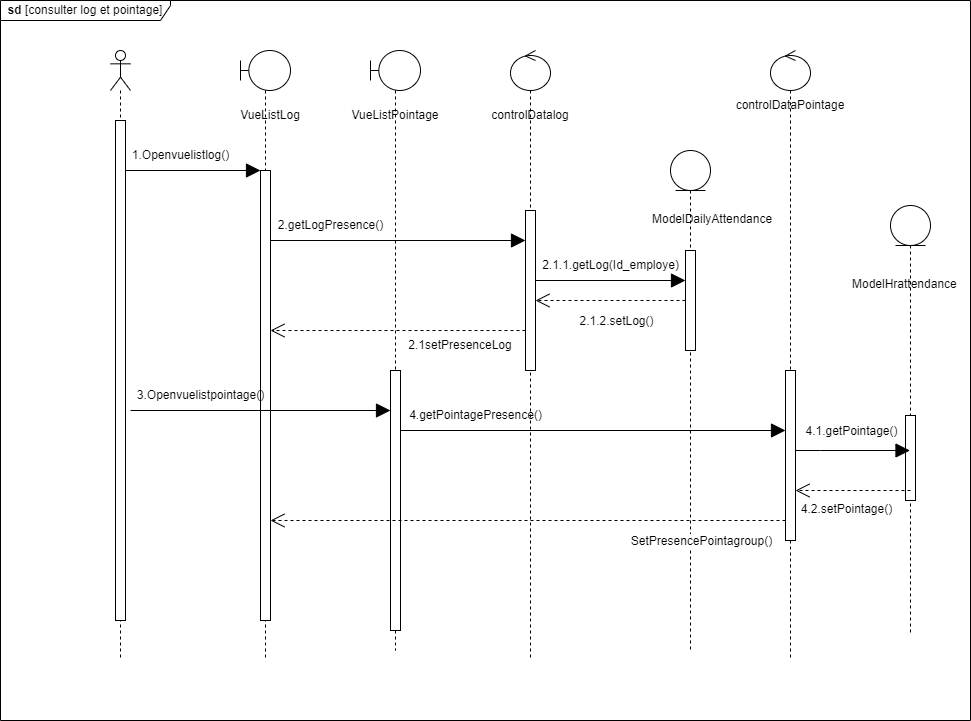
This is static/Diagramme des séquences conceptuel  log et pointage .drawio.png from Siluearsene/borne_biometrique, a draw.io export, as it was before one commit. Source tidied: cells renumbered, new cells last; positions are measured from the earlier drawing's top-left corner, leaving out a move shared by most shapes.
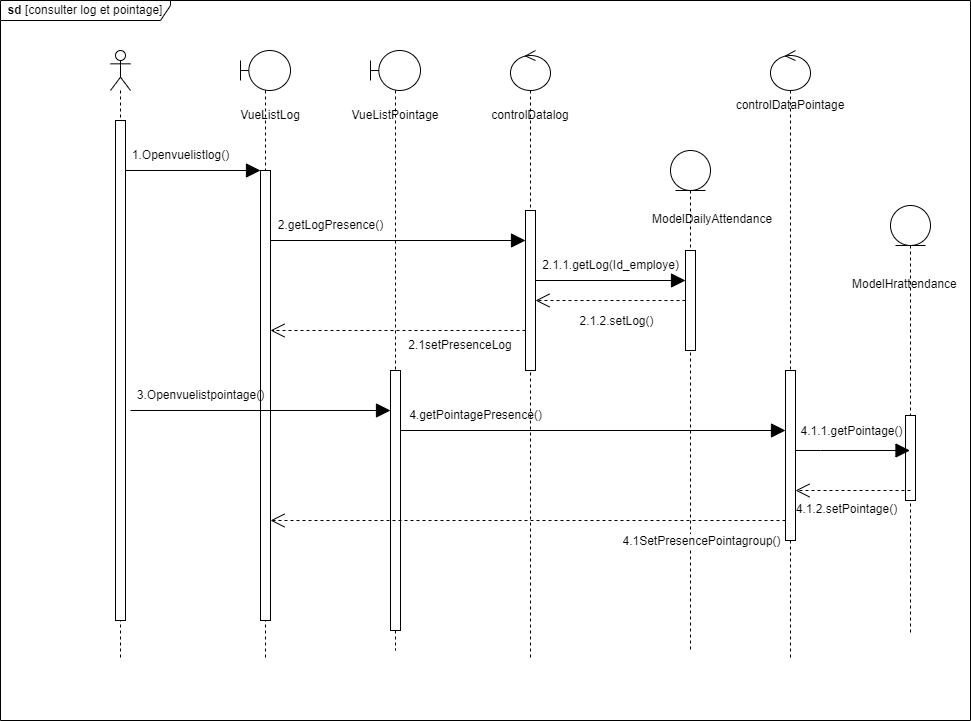
After the change.

Commit message:
Mettre à jour Diagramme des séquences conceptuel  log et pointage .drawio.png

Diff of the diagram source:
```diff
@@ -129,12 +129,12 @@
         <mxPoint x="910" y="490" as="sourcePoint" />
       </mxGeometry>
     </mxCell>
-    <mxCell id="38" value="&lt;font style=&quot;font-size: 12px;&quot;&gt;4.1.getPointage()&lt;/font&gt;" style="edgeLabel;html=1;align=center;verticalAlign=middle;" parent="37" vertex="1">
+    <mxCell id="38" value="&lt;font style=&quot;font-size: 12px;&quot;&gt;4.1.1.getPointage()&lt;/font&gt;" style="edgeLabel;html=1;align=center;verticalAlign=middle;" parent="37" vertex="1">
       <mxGeometry x="0.04" y="5" relative="1" as="geometry">
         <mxPoint y="-65" as="offset" />
       </mxGeometry>
     </mxCell>
-    <mxCell id="39" value="&lt;font style=&quot;font-size: 12px;&quot;&gt;4.2.setPointage()&lt;/font&gt;" style="edgeLabel;html=1;align=center;verticalAlign=middle;" parent="1" vertex="1">
+    <mxCell id="39" value="&lt;font style=&quot;font-size: 12px;&quot;&gt;4.1.2.setPointage()&lt;/font&gt;" style="edgeLabel;html=1;align=center;verticalAlign=middle;" parent="1" vertex="1">
       <mxGeometry x="850" y="510" as="geometry">
         <mxPoint x="-5" y="-2" as="offset" />
       </mxGeometry>
@@ -149,7 +149,7 @@
         <mxPoint x="785" y="520" as="sourcePoint" />
       </mxGeometry>
     </mxCell>
-    <mxCell id="42" value="&lt;font style=&quot;font-size: 12px;&quot;&gt;SetPresencePointagroup()&lt;/font&gt;" style="edgeLabel;html=1;align=center;verticalAlign=middle;" parent="41" vertex="1">
+    <mxCell id="42" value="&lt;font style=&quot;font-size: 12px;&quot;&gt;4.1SetPresencePointagroup()&lt;/font&gt;" style="edgeLabel;html=1;align=center;verticalAlign=middle;" parent="41" vertex="1">
       <mxGeometry x="0.04" y="5" relative="1" as="geometry">
         <mxPoint x="183" y="15" as="offset" />
       </mxGeometry>
```
